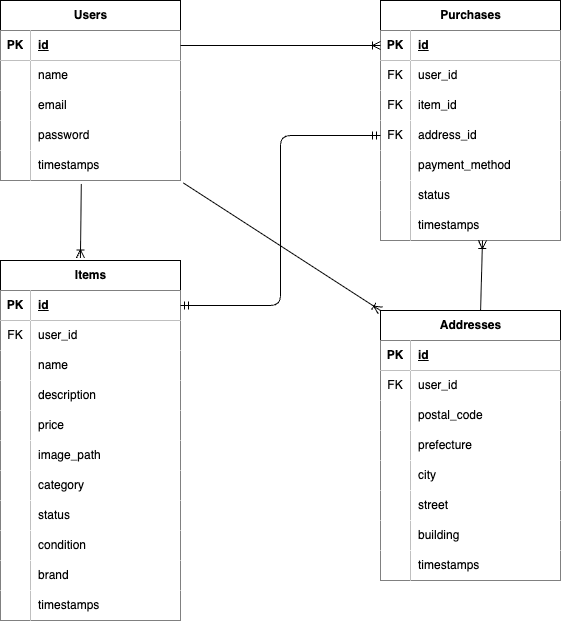
This is er.drawio.png from k-sakata1988/freemarketsite_mogianken, a draw.io export, as it was before one commit. Source tidied: cells renumbered, new cells last; positions are measured from the earlier drawing's top-left corner, leaving out a move shared by most shapes.
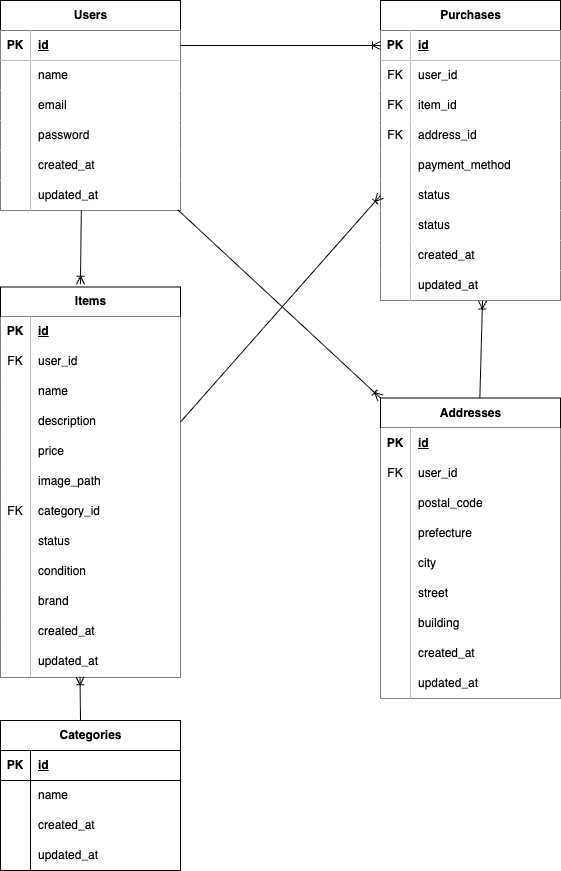
Later version of the same file.

Commit message:
アプリケーションキーの作成、ER図の修正

Diff of the diagram source:
```diff
@@ -3,7 +3,7 @@
     <mxCell id="0" />
     <mxCell id="1" parent="0" />
     <mxCell id="2" value="Users" style="shape=table;startSize=30;rowLines=0;fontStyle=1;align=center;html=1;" parent="1" vertex="1">
-      <mxGeometry width="180" height="180" as="geometry" />
+      <mxGeometry width="180" height="210" as="geometry" />
     </mxCell>
     <mxCell id="3" style="shape=tableRow;horizontal=0;startSize=0;swimlaneHead=0;swimlaneBody=0;fillColor=none;points=[[0,0.5],[1,0.5]];portConstraint=eastwest;top=0;left=0;right=0;bottom=1;" parent="2" vertex="1">
       <mxGeometry y="30" width="180" height="30" as="geometry" />
@@ -47,11 +47,20 @@
     <mxCell id="16" style="shape=partialRectangle;fillColor=#FFFFFF;top=0;left=0;bottom=0;right=0;overflow=hidden;whiteSpace=wrap;html=1;" parent="15" vertex="1">
       <mxGeometry width="30" height="30" as="geometry" />
     </mxCell>
-    <mxCell id="17" value="timestamps" style="shape=partialRectangle;fillColor=#FFFFFF;top=0;left=0;bottom=0;right=0;align=left;spacingLeft=6;overflow=hidden;whiteSpace=wrap;html=1;" parent="15" vertex="1">
+    <mxCell id="17" value="created_at" style="shape=partialRectangle;fillColor=#FFFFFF;top=0;left=0;bottom=0;right=0;align=left;spacingLeft=6;overflow=hidden;whiteSpace=wrap;html=1;" parent="15" vertex="1">
       <mxGeometry x="30" width="150" height="30" as="geometry" />
     </mxCell>
+    <mxCell id="104" style="shape=tableRow;horizontal=0;startSize=0;swimlaneHead=0;swimlaneBody=0;fillColor=none;points=[[0,0.5],[1,0.5]];portConstraint=eastwest;top=0;left=0;right=0;bottom=0;" parent="2" vertex="1">
+      <mxGeometry y="180" width="180" height="30" as="geometry" />
+    </mxCell>
+    <mxCell id="105" style="shape=partialRectangle;fillColor=#FFFFFF;top=0;left=0;bottom=0;right=0;overflow=hidden;whiteSpace=wrap;html=1;" parent="104" vertex="1">
+      <mxGeometry width="30" height="30" as="geometry" />
+    </mxCell>
+    <mxCell id="106" value="updated_at" style="shape=partialRectangle;fillColor=#FFFFFF;top=0;left=0;bottom=0;right=0;align=left;spacingLeft=6;overflow=hidden;whiteSpace=wrap;html=1;" parent="104" vertex="1">
+      <mxGeometry x="30" width="150" height="30" as="geometry" />
+    </mxCell>
     <mxCell id="18" value="Items" style="shape=table;startSize=30;rowLines=0;fontStyle=1;align=center;html=1;" parent="1" vertex="1">
-      <mxGeometry y="260" width="180" height="360" as="geometry" />
+      <mxGeometry y="286.5" width="180" height="390" as="geometry" />
     </mxCell>
     <mxCell id="19" style="shape=tableRow;horizontal=0;startSize=0;swimlaneHead=0;swimlaneBody=0;fillColor=none;points=[[0,0.5],[1,0.5]];portConstraint=eastwest;top=0;left=0;right=0;bottom=1;" parent="18" vertex="1">
       <mxGeometry y="30" width="180" height="30" as="geometry" />
@@ -110,10 +119,10 @@
     <mxCell id="37" style="shape=tableRow;horizontal=0;startSize=0;swimlaneHead=0;swimlaneBody=0;fillColor=none;top=0;left=0;right=0;bottom=0;" parent="18" vertex="1">
       <mxGeometry y="210" width="180" height="30" as="geometry" />
     </mxCell>
-    <mxCell id="38" style="shape=partialRectangle;fillColor=#FFFFFF;top=0;left=0;bottom=0;right=0;overflow=hidden;whiteSpace=wrap;html=1;" parent="37" vertex="1">
+    <mxCell id="38" value="FK" style="shape=partialRectangle;fillColor=#FFFFFF;top=0;left=0;bottom=0;right=0;overflow=hidden;whiteSpace=wrap;html=1;" parent="37" vertex="1">
       <mxGeometry width="30" height="30" as="geometry" />
     </mxCell>
-    <mxCell id="39" value="category" style="shape=partialRectangle;fillColor=#FFFFFF;top=0;left=0;bottom=0;right=0;align=left;spacingLeft=6;overflow=hidden;whiteSpace=wrap;html=1;" parent="37" vertex="1">
+    <mxCell id="39" value="category_id" style="shape=partialRectangle;fillColor=#FFFFFF;top=0;left=0;bottom=0;right=0;align=left;spacingLeft=6;overflow=hidden;whiteSpace=wrap;html=1;" parent="37" vertex="1">
       <mxGeometry x="30" width="150" height="30" as="geometry" />
     </mxCell>
     <mxCell id="40" style="shape=tableRow;horizontal=0;startSize=0;swimlaneHead=0;swimlaneBody=0;fillColor=none;top=0;left=0;right=0;bottom=0;" parent="18" vertex="1">
@@ -149,11 +158,20 @@
     <mxCell id="50" style="shape=partialRectangle;fillColor=#FFFFFF;top=0;left=0;bottom=0;right=0;overflow=hidden;whiteSpace=wrap;html=1;" parent="49" vertex="1">
       <mxGeometry width="30" height="30" as="geometry" />
     </mxCell>
-    <mxCell id="51" value="timestamps" style="shape=partialRectangle;fillColor=#FFFFFF;top=0;left=0;bottom=0;right=0;align=left;spacingLeft=6;overflow=hidden;whiteSpace=wrap;html=1;" parent="49" vertex="1">
+    <mxCell id="51" value="created_at" style="shape=partialRectangle;fillColor=#FFFFFF;top=0;left=0;bottom=0;right=0;align=left;spacingLeft=6;overflow=hidden;whiteSpace=wrap;html=1;" parent="49" vertex="1">
       <mxGeometry x="30" width="150" height="30" as="geometry" />
     </mxCell>
+    <mxCell id="107" style="shape=tableRow;horizontal=0;startSize=0;swimlaneHead=0;swimlaneBody=0;fillColor=none;points=[[0,0.5],[1,0.5]];portConstraint=eastwest;top=0;left=0;right=0;bottom=0;" parent="18" vertex="1">
+      <mxGeometry y="360" width="180" height="30" as="geometry" />
+    </mxCell>
+    <mxCell id="108" style="shape=partialRectangle;fillColor=#FFFFFF;top=0;left=0;bottom=0;right=0;overflow=hidden;whiteSpace=wrap;html=1;" parent="107" vertex="1">
+      <mxGeometry width="30" height="30" as="geometry" />
+    </mxCell>
+    <mxCell id="109" value="updated_at" style="shape=partialRectangle;fillColor=#FFFFFF;top=0;left=0;bottom=0;right=0;align=left;spacingLeft=6;overflow=hidden;whiteSpace=wrap;html=1;" parent="107" vertex="1">
+      <mxGeometry x="30" width="150" height="30" as="geometry" />
+    </mxCell>
     <mxCell id="52" value="Purchases" style="shape=table;startSize=30;rowLines=0;fontStyle=1;align=center;html=1;" parent="1" vertex="1">
-      <mxGeometry x="380" width="180" height="240" as="geometry" />
+      <mxGeometry x="380" width="180" height="300" as="geometry" />
     </mxCell>
     <mxCell id="53" style="shape=tableRow;horizontal=0;startSize=0;swimlaneHead=0;swimlaneBody=0;fillColor=none;points=[[0,0.5],[1,0.5]];portConstraint=eastwest;top=0;left=0;right=0;bottom=1;" parent="52" vertex="1">
       <mxGeometry y="30" width="180" height="30" as="geometry" />
@@ -200,8 +218,17 @@
     <mxCell id="67" value="payment_method" style="shape=partialRectangle;fillColor=#FFFFFF;top=0;left=0;bottom=0;right=0;align=left;spacingLeft=6;overflow=hidden;whiteSpace=wrap;html=1;" parent="65" vertex="1">
       <mxGeometry x="30" width="150" height="30" as="geometry" />
     </mxCell>
+    <mxCell id="110" style="shape=tableRow;horizontal=0;startSize=0;swimlaneHead=0;swimlaneBody=0;fillColor=none;points=[[0,0.5],[1,0.5]];portConstraint=eastwest;top=0;left=0;right=0;bottom=0;" parent="52" vertex="1">
+      <mxGeometry y="180" width="180" height="30" as="geometry" />
+    </mxCell>
+    <mxCell id="111" style="shape=partialRectangle;fillColor=#FFFFFF;top=0;left=0;bottom=0;right=0;overflow=hidden;whiteSpace=wrap;html=1;" parent="110" vertex="1">
+      <mxGeometry width="30" height="30" as="geometry" />
+    </mxCell>
+    <mxCell id="112" value="status" style="shape=partialRectangle;fillColor=#FFFFFF;top=0;left=0;bottom=0;right=0;align=left;spacingLeft=6;overflow=hidden;whiteSpace=wrap;html=1;" parent="110" vertex="1">
+      <mxGeometry x="30" width="150" height="30" as="geometry" />
+    </mxCell>
     <mxCell id="68" style="shape=tableRow;horizontal=0;startSize=0;swimlaneHead=0;swimlaneBody=0;fillColor=none;top=0;left=0;right=0;bottom=0;" parent="52" vertex="1">
-      <mxGeometry y="180" width="180" height="30" as="geometry" />
+      <mxGeometry y="210" width="180" height="30" as="geometry" />
     </mxCell>
     <mxCell id="69" style="shape=partialRectangle;fillColor=#FFFFFF;top=0;left=0;bottom=0;right=0;overflow=hidden;whiteSpace=wrap;html=1;" parent="68" vertex="1">
       <mxGeometry width="30" height="30" as="geometry" />
@@ -210,16 +237,25 @@
       <mxGeometry x="30" width="150" height="30" as="geometry" />
     </mxCell>
     <mxCell id="71" style="shape=tableRow;horizontal=0;startSize=0;swimlaneHead=0;swimlaneBody=0;fillColor=none;top=0;left=0;right=0;bottom=0;" parent="52" vertex="1">
-      <mxGeometry y="210" width="180" height="30" as="geometry" />
+      <mxGeometry y="240" width="180" height="30" as="geometry" />
     </mxCell>
     <mxCell id="72" style="shape=partialRectangle;fillColor=#FFFFFF;top=0;left=0;bottom=0;right=0;overflow=hidden;whiteSpace=wrap;html=1;" parent="71" vertex="1">
       <mxGeometry width="30" height="30" as="geometry" />
     </mxCell>
-    <mxCell id="73" value="timestamps" style="shape=partialRectangle;fillColor=#FFFFFF;top=0;left=0;bottom=0;right=0;align=left;spacingLeft=6;overflow=hidden;whiteSpace=wrap;html=1;" parent="71" vertex="1">
+    <mxCell id="73" value="created_at" style="shape=partialRectangle;fillColor=#FFFFFF;top=0;left=0;bottom=0;right=0;align=left;spacingLeft=6;overflow=hidden;whiteSpace=wrap;html=1;" parent="71" vertex="1">
       <mxGeometry x="30" width="150" height="30" as="geometry" />
     </mxCell>
+    <mxCell id="113" style="shape=tableRow;horizontal=0;startSize=0;swimlaneHead=0;swimlaneBody=0;fillColor=none;top=0;left=0;right=0;bottom=0;" parent="52" vertex="1">
+      <mxGeometry y="270" width="180" height="30" as="geometry" />
+    </mxCell>
+    <mxCell id="114" style="shape=partialRectangle;fillColor=#FFFFFF;top=0;left=0;bottom=0;right=0;overflow=hidden;whiteSpace=wrap;html=1;" parent="113" vertex="1">
+      <mxGeometry width="30" height="30" as="geometry" />
+    </mxCell>
+    <mxCell id="115" value="updated_at" style="shape=partialRectangle;fillColor=#FFFFFF;top=0;left=0;bottom=0;right=0;align=left;spacingLeft=6;overflow=hidden;whiteSpace=wrap;html=1;" parent="113" vertex="1">
+      <mxGeometry x="30" width="150" height="30" as="geometry" />
+    </mxCell>
     <mxCell id="74" value="Addresses" style="shape=table;startSize=30;rowLines=0;fontStyle=1;align=center;html=1;" parent="1" vertex="1">
-      <mxGeometry x="380" y="310" width="180" height="270" as="geometry" />
+      <mxGeometry x="380" y="397.5" width="180" height="300" as="geometry" />
     </mxCell>
     <mxCell id="75" style="shape=tableRow;horizontal=0;startSize=0;swimlaneHead=0;swimlaneBody=0;fillColor=none;top=0;left=0;right=0;bottom=1;" parent="74" vertex="1">
       <mxGeometry y="30" width="180" height="30" as="geometry" />
@@ -290,25 +326,83 @@
     <mxCell id="97" style="shape=partialRectangle;fillColor=#FFFFFF;top=0;left=0;bottom=0;right=0;overflow=hidden;whiteSpace=wrap;html=1;" parent="96" vertex="1">
       <mxGeometry width="30" height="30" as="geometry" />
     </mxCell>
-    <mxCell id="98" value="timestamps" style="shape=partialRectangle;fillColor=#FFFFFF;top=0;left=0;bottom=0;right=0;align=left;spacingLeft=6;overflow=hidden;whiteSpace=wrap;html=1;" parent="96" vertex="1">
+    <mxCell id="98" value="created_at" style="shape=partialRectangle;fillColor=#FFFFFF;top=0;left=0;bottom=0;right=0;align=left;spacingLeft=6;overflow=hidden;whiteSpace=wrap;html=1;" parent="96" vertex="1">
       <mxGeometry x="30" width="150" height="30" as="geometry" />
     </mxCell>
+    <mxCell id="116" style="shape=tableRow;horizontal=0;startSize=0;swimlaneHead=0;swimlaneBody=0;fillColor=none;top=0;left=0;right=0;bottom=0;" parent="74" vertex="1">
+      <mxGeometry y="270" width="180" height="30" as="geometry" />
+    </mxCell>
+    <mxCell id="117" style="shape=partialRectangle;fillColor=#FFFFFF;top=0;left=0;bottom=0;right=0;overflow=hidden;whiteSpace=wrap;html=1;" parent="116" vertex="1">
+      <mxGeometry width="30" height="30" as="geometry" />
+    </mxCell>
+    <mxCell id="118" value="updated_at" style="shape=partialRectangle;fillColor=#FFFFFF;top=0;left=0;bottom=0;right=0;align=left;spacingLeft=6;overflow=hidden;whiteSpace=wrap;html=1;" parent="116" vertex="1">
+      <mxGeometry x="30" width="150" height="30" as="geometry" />
+    </mxCell>
-    <mxCell id="99" style="fontSize=12;html=1;endArrow=ERoneToMany;exitX=0.449;exitY=1.117;exitDx=0;exitDy=0;exitPerimeter=0;entryX=0.444;entryY=-0.007;entryDx=0;entryDy=0;entryPerimeter=0;" parent="1" edge="1" source="15" target="18">
-      <mxGeometry relative="1" as="geometry" />
+    <mxCell id="99" style="fontSize=12;html=1;endArrow=ERoneToMany;exitX=0.449;exitY=1.117;exitDx=0;exitDy=0;exitPerimeter=0;entryX=0.444;entryY=-0.007;entryDx=0;entryDy=0;entryPerimeter=0;" parent="1" edge="1" target="18">
+      <mxGeometry relative="1" as="geometry">
+        <mxPoint x="80.8" y="210" as="sourcePoint" />
+      </mxGeometry>
     </mxCell>
     <mxCell id="100" style="fontSize=12;html=1;endArrow=ERoneToMany;exitX=1;exitY=0.5;exitDx=0;exitDy=0;entryX=0;entryY=0.5;entryDx=0;entryDy=0;" parent="1" edge="1" source="3" target="53">
       <mxGeometry relative="1" as="geometry" />
     </mxCell>
-    <mxCell id="101" style="fontSize=12;html=1;endArrow=ERoneToMany;exitX=1.016;exitY=1.083;exitDx=0;exitDy=0;exitPerimeter=0;entryX=0;entryY=0;entryDx=0;entryDy=0;" parent="1" edge="1" source="15" target="74">
+    <mxCell id="101" style="fontSize=12;html=1;endArrow=ERoneToMany;exitX=0.985;exitY=0.978;exitDx=0;exitDy=0;exitPerimeter=0;entryX=0;entryY=0;entryDx=0;entryDy=0;" parent="1" edge="1" source="104" target="74">
       <mxGeometry relative="1" as="geometry" />
     </mxCell>
-    <mxCell id="102" style="edgeStyle=orthogonalEdgeStyle;fontSize=12;html=1;endArrow=ERmandOne;startArrow=ERmandOne;exitX=1;exitY=0.5;exitDx=0;exitDy=0;entryX=0;entryY=0.5;entryDx=0;entryDy=0;" parent="1" edge="1" source="19" target="62">
-      <mxGeometry relative="1" as="geometry" />
-    </mxCell>
-    <mxCell id="103" style="fontSize=12;html=1;endArrow=ERoneToMany;exitX=0.556;exitY=0;exitDx=0;exitDy=0;exitPerimeter=0;" parent="1" edge="1" source="74">
+    <mxCell id="103" style="fontSize=12;html=1;endArrow=ERoneToMany;exitX=0.552;exitY=-0.001;exitDx=0;exitDy=0;exitPerimeter=0;" parent="1" edge="1" source="74">
       <mxGeometry relative="1" as="geometry">
-        <mxPoint x="482" y="240" as="targetPoint" />
+        <mxPoint x="482" y="300" as="targetPoint" />
+        <Array as="points">
+          <mxPoint x="482" y="300.5" />
+        </Array>
       </mxGeometry>
     </mxCell>
+    <mxCell id="119" value="Categories" style="shape=table;startSize=30;rowLines=0;fontStyle=1;align=center;html=1;" parent="1" vertex="1">
+      <mxGeometry y="720" width="180" height="150" as="geometry" />
+    </mxCell>
+    <mxCell id="120" style="shape=tableRow;horizontal=0;startSize=0;swimlaneHead=0;swimlaneBody=0;fillColor=none;top=0;left=0;right=0;bottom=1;" parent="119" vertex="1">
+      <mxGeometry y="30" width="180" height="30" as="geometry" />
+    </mxCell>
+    <mxCell id="121" value="PK" style="shape=partialRectangle;fillColor=none;top=0;left=0;bottom=0;right=0;fontStyle=1;overflow=hidden;whiteSpace=wrap;html=1;" parent="120" vertex="1">
+      <mxGeometry width="30" height="30" as="geometry" />
+    </mxCell>
+    <mxCell id="122" value="id" style="shape=partialRectangle;fillColor=none;top=0;left=0;bottom=0;right=0;align=left;spacingLeft=6;fontStyle=5;overflow=hidden;whiteSpace=wrap;html=1;" parent="120" vertex="1">
+      <mxGeometry x="30" width="150" height="30" as="geometry" />
+    </mxCell>
+    <mxCell id="123" style="shape=tableRow;horizontal=0;startSize=0;swimlaneHead=0;swimlaneBody=0;fillColor=none;top=0;left=0;right=0;bottom=0;" parent="119" vertex="1">
+      <mxGeometry y="60" width="180" height="30" as="geometry" />
+    </mxCell>
+    <mxCell id="124" style="shape=partialRectangle;fillColor=none;top=0;left=0;bottom=0;right=0;overflow=hidden;whiteSpace=wrap;html=1;" parent="123" vertex="1">
+      <mxGeometry width="30" height="30" as="geometry" />
+    </mxCell>
+    <mxCell id="125" value="name" style="shape=partialRectangle;fillColor=none;top=0;left=0;bottom=0;right=0;align=left;spacingLeft=6;overflow=hidden;whiteSpace=wrap;html=1;" parent="123" vertex="1">
+      <mxGeometry x="30" width="150" height="30" as="geometry" />
+    </mxCell>
+    <mxCell id="126" style="shape=tableRow;horizontal=0;startSize=0;swimlaneHead=0;swimlaneBody=0;fillColor=none;top=0;left=0;right=0;bottom=0;" parent="119" vertex="1">
+      <mxGeometry y="90" width="180" height="30" as="geometry" />
+    </mxCell>
+    <mxCell id="127" style="shape=partialRectangle;fillColor=none;top=0;left=0;bottom=0;right=0;overflow=hidden;whiteSpace=wrap;html=1;" parent="126" vertex="1">
+      <mxGeometry width="30" height="30" as="geometry" />
+    </mxCell>
+    <mxCell id="128" value="created_at" style="shape=partialRectangle;fillColor=none;top=0;left=0;bottom=0;right=0;align=left;spacingLeft=6;overflow=hidden;whiteSpace=wrap;html=1;" parent="126" vertex="1">
+      <mxGeometry x="30" width="150" height="30" as="geometry" />
+    </mxCell>
+    <mxCell id="129" style="shape=tableRow;horizontal=0;startSize=0;swimlaneHead=0;swimlaneBody=0;fillColor=none;top=0;left=0;right=0;bottom=0;" parent="119" vertex="1">
+      <mxGeometry y="120" width="180" height="30" as="geometry" />
+    </mxCell>
+    <mxCell id="130" style="shape=partialRectangle;fillColor=none;top=0;left=0;bottom=0;right=0;overflow=hidden;whiteSpace=wrap;html=1;" parent="129" vertex="1">
+      <mxGeometry width="30" height="30" as="geometry" />
+    </mxCell>
+    <mxCell id="131" value="updated_at" style="shape=partialRectangle;fillColor=none;top=0;left=0;bottom=0;right=0;align=left;spacingLeft=6;overflow=hidden;whiteSpace=wrap;html=1;" parent="129" vertex="1">
+      <mxGeometry x="30" width="150" height="30" as="geometry" />
+    </mxCell>
+    <mxCell id="132" style="fontSize=12;html=1;endArrow=ERoneToMany;entryX=0.442;entryY=0.995;entryDx=0;entryDy=0;entryPerimeter=0;" parent="1" edge="1" target="107">
+      <mxGeometry relative="1" as="geometry">
+        <mxPoint x="80" y="720" as="sourcePoint" />
+      </mxGeometry>
+    </mxCell>
+    <mxCell id="133" style="fontSize=12;html=1;endArrow=ERoneToMany;exitX=1;exitY=0.5;exitDx=0;exitDy=0;entryX=0;entryY=0.5;entryDx=0;entryDy=0;" parent="1" edge="1" source="28" target="110">
+      <mxGeometry relative="1" as="geometry" />
+    </mxCell>
   </root>
 </mxGraphModel>
```
